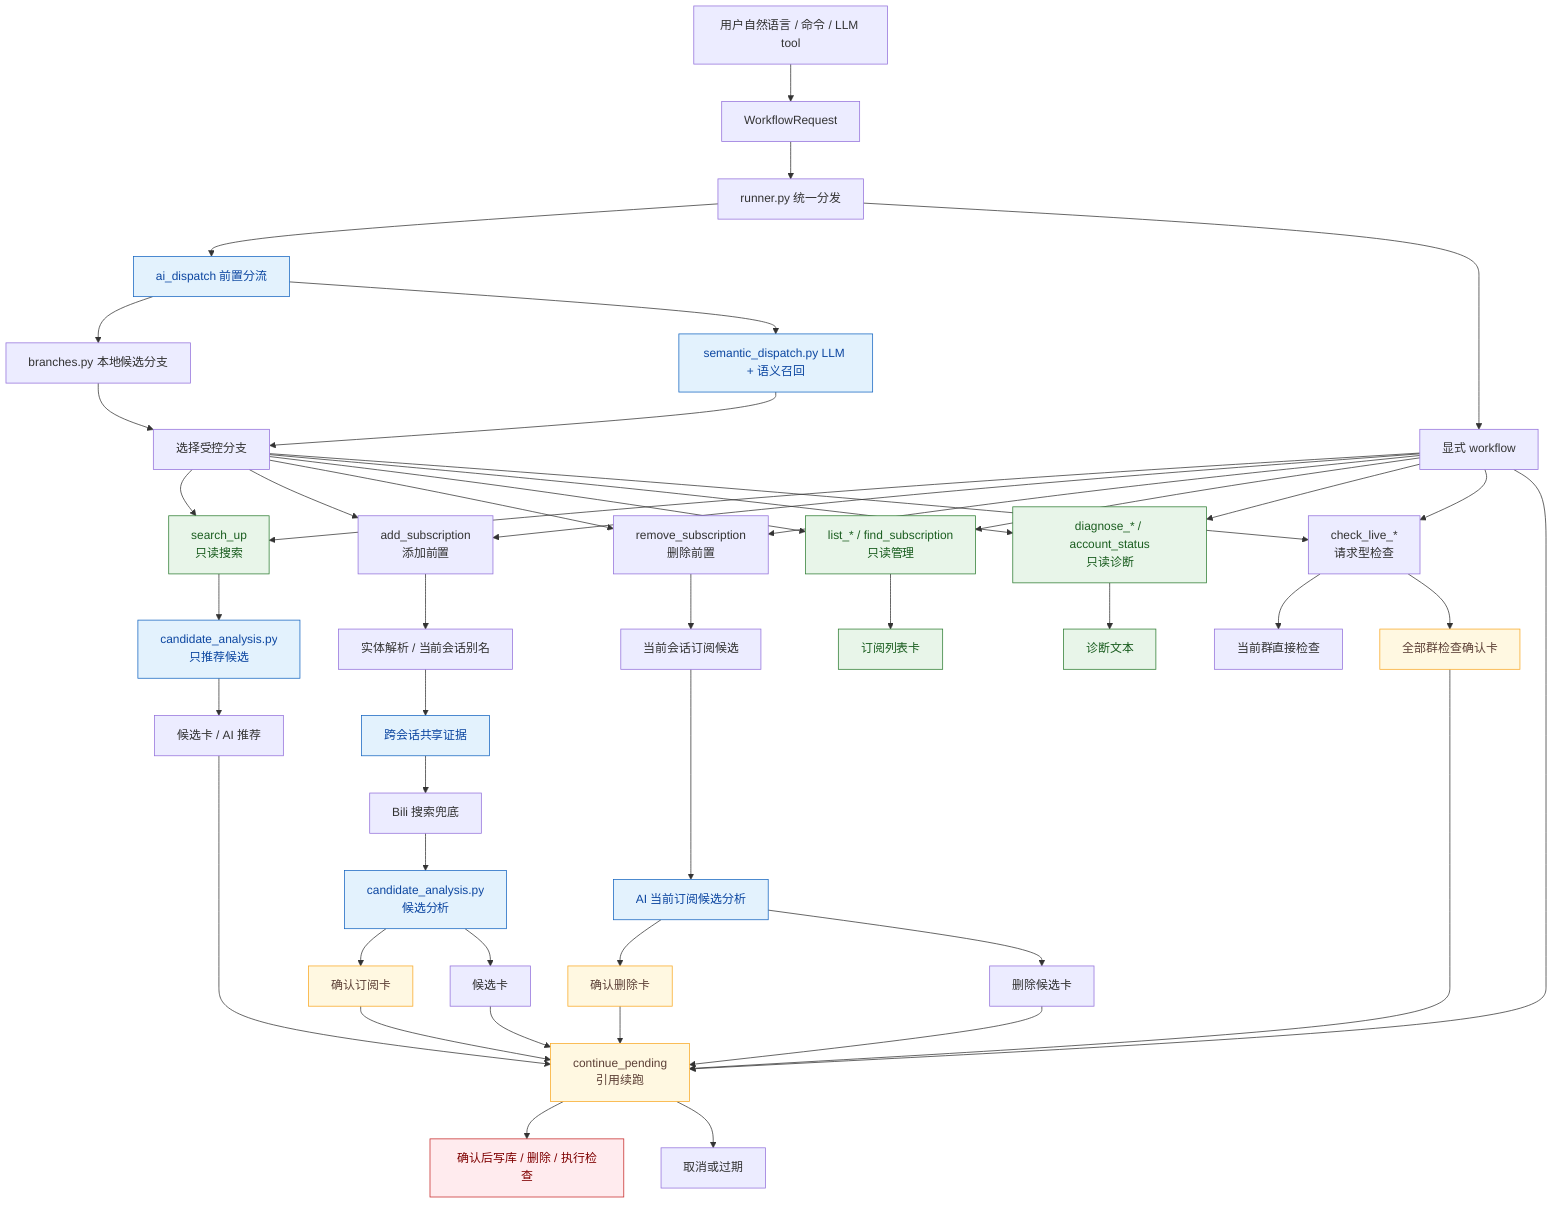
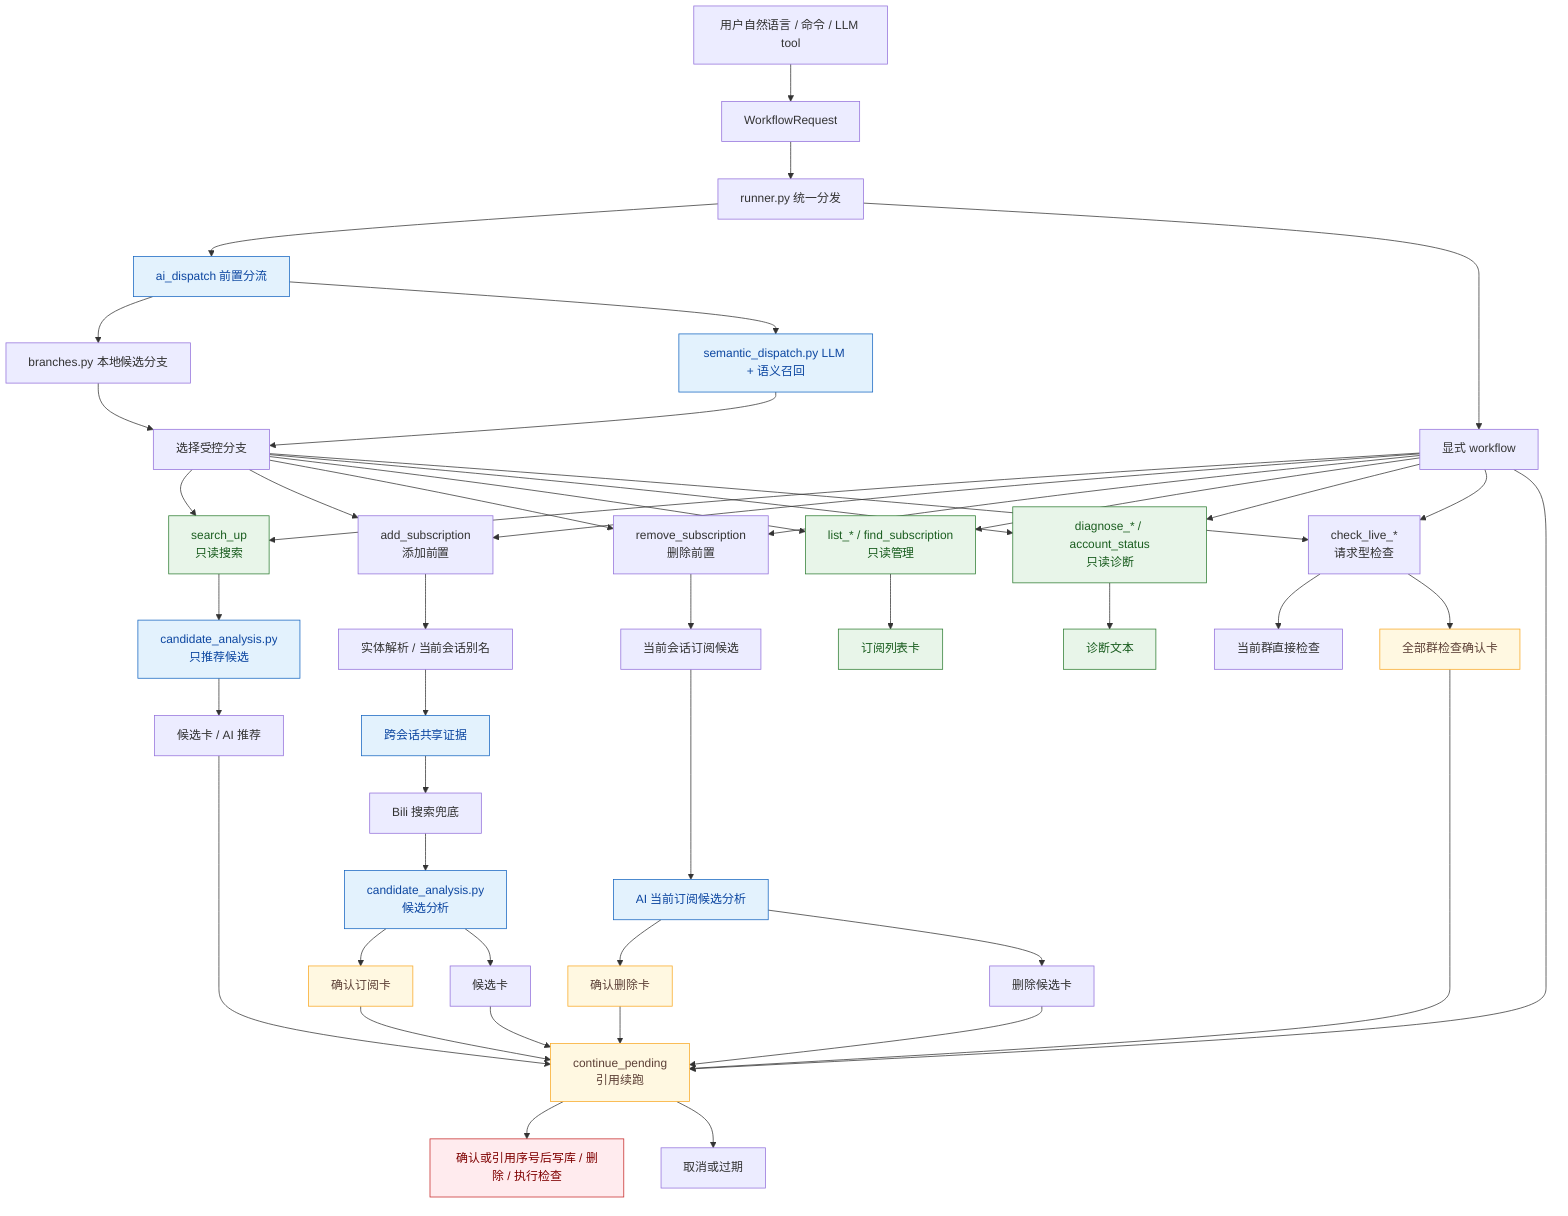
flowchart TD
    Entry["用户自然语言 / 命令 / LLM tool"] --> Request["WorkflowRequest"]
    Request --> Runner["runner.py 统一分发"]
    Runner --> Dispatch["ai_dispatch 前置分流"]
    Runner --> Direct["显式 workflow"]

    Dispatch --> Branches["branches.py 本地候选分支"]
    Dispatch --> Semantic["semantic_dispatch.py LLM + 语义召回"]
    Branches --> Select["选择受控分支"]
    Semantic --> Select

    Select --> Search["search_up\n只读搜索"]
    Select --> Add["add_subscription\n添加前置"]
    Select --> Remove["remove_subscription\n删除前置"]
    Select --> Lists["list_* / find_subscription\n只读管理"]
    Select --> Diagnose["diagnose_* / account_status\n只读诊断"]
    Select --> LiveCheck["check_live_*\n请求型检查"]

    Direct --> Search
    Direct --> Add
    Direct --> Remove
    Direct --> Lists
    Direct --> Diagnose
    Direct --> LiveCheck
    Direct --> Pending["continue_pending\n引用续跑"]

    Search --> SearchAI["candidate_analysis.py\n只推荐候选"]
    SearchAI --> CandidateCard["候选卡 / AI 推荐"]

    Add --> Resolve["实体解析 / 当前会话别名"]
    Resolve --> SharedAlias["跨会话共享证据"]
    SharedAlias --> BiliSearch["Bili 搜索兜底"]
    BiliSearch --> CandidateAI["candidate_analysis.py\n候选分析"]
    CandidateAI --> AddConfirm["确认订阅卡"]
    CandidateAI --> AddCandidates["候选卡"]

    Remove --> CurrentSubs["当前会话订阅候选"]
    CurrentSubs --> RemoveAI["AI 当前订阅候选分析"]
    RemoveAI --> RemoveConfirm["确认删除卡"]
    RemoveAI --> RemoveCandidates["删除候选卡"]

    Lists --> ListCard["订阅列表卡"]
    Diagnose --> Text["诊断文本"]
    LiveCheck --> CurrentLive["当前群直接检查"]
    LiveCheck --> AllLiveConfirm["全部群检查确认卡"]

    CandidateCard --> Pending
    AddCandidates --> Pending
    RemoveCandidates --> Pending
    AddConfirm --> Pending
    RemoveConfirm --> Pending
    AllLiveConfirm --> Pending

-     Pending --> Write["确认后写库 / 删除 / 执行检查"]
+     Pending --> Write["确认或引用序号后写库 / 删除 / 执行检查"]
    Pending --> Cancel["取消或过期"]

    classDef readonly fill:#e8f5e9,stroke:#2e7d32,color:#1b5e20
    classDef ai fill:#e3f2fd,stroke:#1565c0,color:#0d47a1
    classDef confirm fill:#fff8e1,stroke:#f9a825,color:#5d4037
    classDef danger fill:#ffebee,stroke:#c62828,color:#7f0000
    class Search,Lists,Diagnose,ListCard,Text readonly
    class Dispatch,Semantic,SearchAI,CandidateAI,RemoveAI,SharedAlias ai
    class AddConfirm,RemoveConfirm,AllLiveConfirm,Pending confirm
    class Write danger
